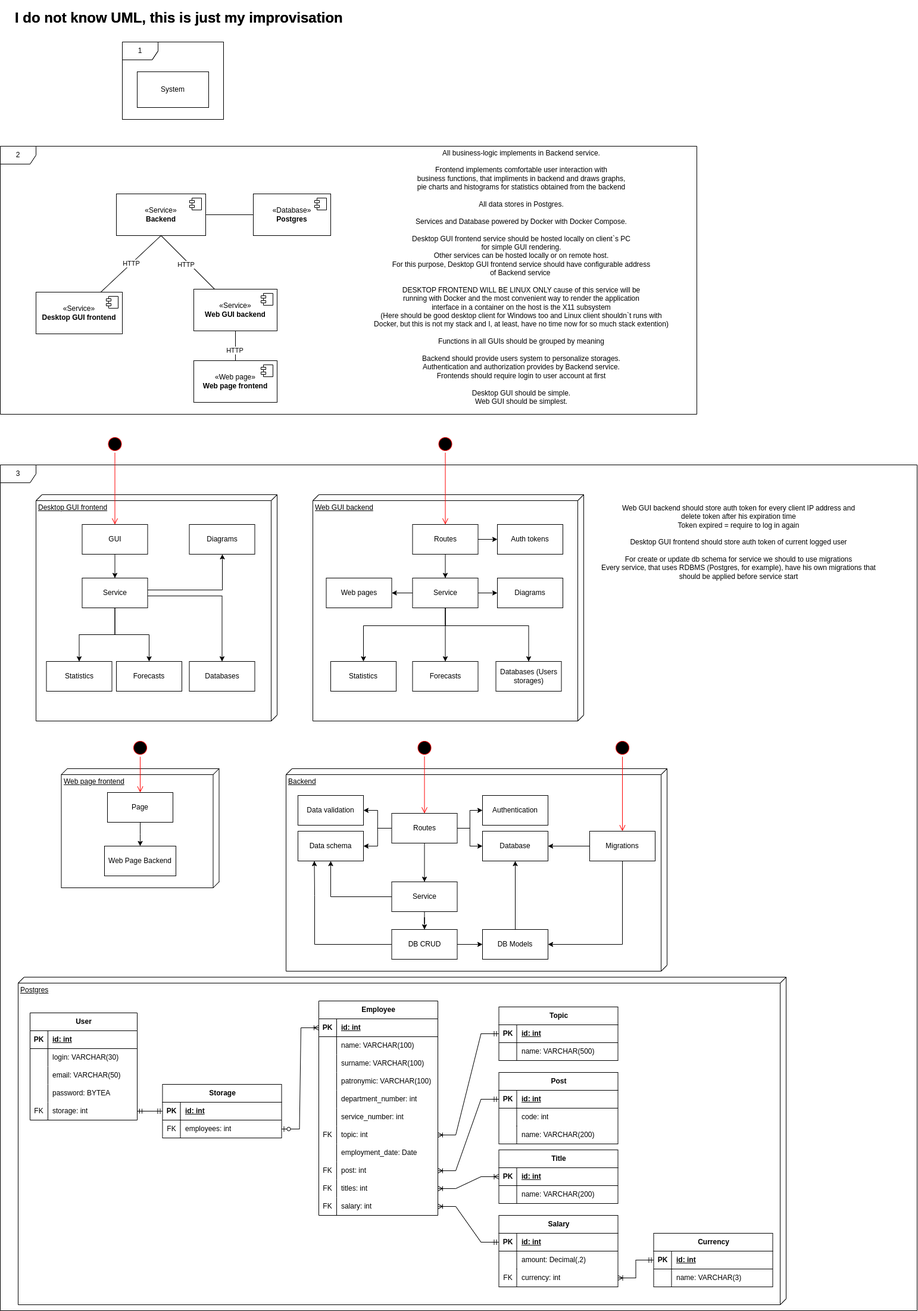
Above: docs/Project design.drawio.png in KrySeyt/Database (draw.io), before the change. Source tidied: cells renumbered, new cells last; positions are measured from the earlier drawing's top-left corner, leaving out a move shared by most shapes.
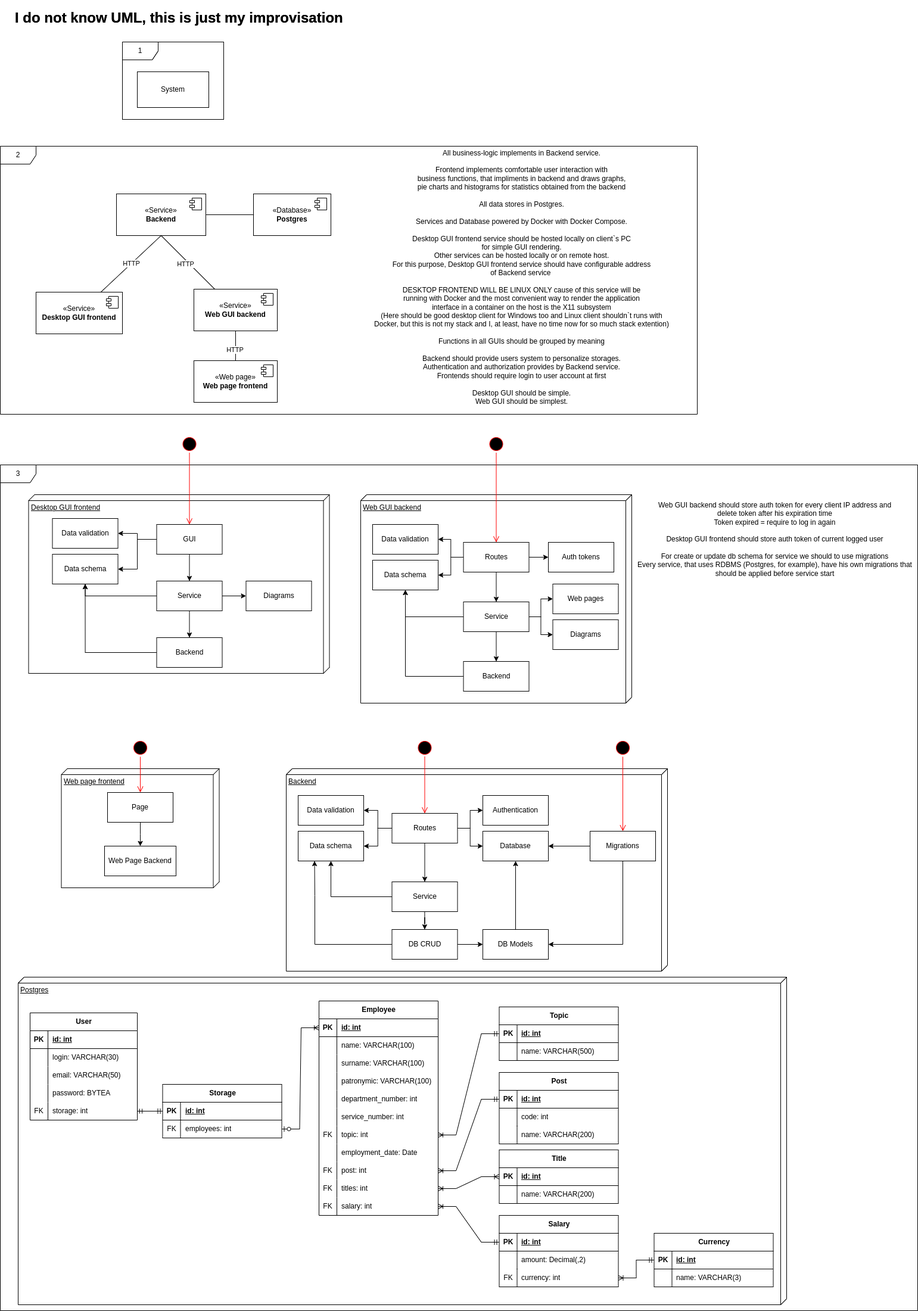
Later version of the same file.

Change to the diagram source:
```diff
@@ -84,86 +84,64 @@
       <mxGeometry y="770" width="1540" height="1420" as="geometry" />
     </mxCell>
     <mxCell id="25" value="Desktop GUI frontend" style="verticalAlign=top;align=left;spacingTop=8;spacingLeft=2;spacingRight=12;shape=cube;size=10;direction=south;fontStyle=4;html=1;whiteSpace=wrap;" parent="1" vertex="1">
-      <mxGeometry x="60" y="820" width="405" height="380" as="geometry" />
+      <mxGeometry x="47.5" y="820" width="505" height="300" as="geometry" />
     </mxCell>
-    <mxCell id="26" style="edgeStyle=orthogonalEdgeStyle;rounded=0;jettySize=auto;html=1;" parent="1" edge="1" source="30" target="33">
-      <mxGeometry relative="1" as="geometry" />
-    </mxCell>
     <mxCell id="27" style="edgeStyle=orthogonalEdgeStyle;rounded=0;jettySize=auto;html=1;entryX=0.5;entryY=0;entryDx=0;entryDy=0;" parent="1" edge="1" source="30" target="34">
       <mxGeometry relative="1" as="geometry" />
     </mxCell>
-    <mxCell id="28" style="edgeStyle=orthogonalEdgeStyle;rounded=0;jettySize=auto;html=1;entryX=0.5;entryY=0;entryDx=0;entryDy=0;" parent="1" edge="1" source="30" target="35">
-      <mxGeometry relative="1" as="geometry">
-        <Array as="points">
-          <mxPoint x="373" y="990" />
-        </Array>
-      </mxGeometry>
-    </mxCell>
+    <mxCell id="200" style="edgeStyle=orthogonalEdgeStyle;rounded=0;jettySize=auto;html=1;entryX=0.5;entryY=1;entryDx=0;entryDy=0;" parent="1" edge="1" source="30" target="209">
+      <mxGeometry relative="1" as="geometry" />
+    </mxCell>
-    <mxCell id="29" style="edgeStyle=orthogonalEdgeStyle;rounded=0;jettySize=auto;html=1;entryX=0.5;entryY=1;entryDx=0;entryDy=0;" parent="1" edge="1" source="30" target="38">
-      <mxGeometry relative="1" as="geometry">
-        <Array as="points">
-          <mxPoint x="373" y="980" />
-          <mxPoint x="373" y="920" />
-        </Array>
-      </mxGeometry>
+    <mxCell id="29" style="edgeStyle=orthogonalEdgeStyle;rounded=0;jettySize=auto;html=1;" parent="1" edge="1" source="30" target="38">
+      <mxGeometry relative="1" as="geometry" />
     </mxCell>
     <mxCell id="30" value="Service" style="html=1;whiteSpace=wrap;" parent="1" vertex="1">
-      <mxGeometry x="137.5" y="960" width="110" height="50" as="geometry" />
+      <mxGeometry x="262.5" y="965" width="110" height="50" as="geometry" />
     </mxCell>
     <mxCell id="31" style="edgeStyle=orthogonalEdgeStyle;rounded=0;jettySize=auto;html=1;" parent="1" edge="1" source="32" target="30">
       <mxGeometry relative="1" as="geometry" />
     </mxCell>
+    <mxCell id="201" style="edgeStyle=orthogonalEdgeStyle;rounded=0;jettySize=auto;html=1;" parent="1" edge="1" source="32" target="208">
+      <mxGeometry relative="1" as="geometry" />
+    </mxCell>
+    <mxCell id="202" style="edgeStyle=orthogonalEdgeStyle;rounded=0;jettySize=auto;html=1;entryX=1;entryY=0.5;entryDx=0;entryDy=0;" parent="1" edge="1" source="32" target="209">
+      <mxGeometry relative="1" as="geometry" />
+    </mxCell>
     <mxCell id="32" value="GUI" style="html=1;whiteSpace=wrap;" parent="1" vertex="1">
-      <mxGeometry x="137.5" y="870" width="110" height="50" as="geometry" />
+      <mxGeometry x="262.5" y="870" width="110" height="50" as="geometry" />
     </mxCell>
-    <mxCell id="33" value="Statistics" style="html=1;whiteSpace=wrap;" parent="1" vertex="1">
-      <mxGeometry x="77.5" y="1100" width="110" height="50" as="geometry" />
-    </mxCell>
+    <mxCell id="203" style="edgeStyle=orthogonalEdgeStyle;rounded=0;jettySize=auto;html=1;entryX=0.5;entryY=1;entryDx=0;entryDy=0;" parent="1" edge="1" source="34" target="209">
+      <mxGeometry relative="1" as="geometry" />
+    </mxCell>
-    <mxCell id="34" value="Forecasts" style="html=1;whiteSpace=wrap;" parent="1" vertex="1">
-      <mxGeometry x="195" y="1100" width="110" height="50" as="geometry" />
+    <mxCell id="34" value="Backend" style="html=1;whiteSpace=wrap;" parent="1" vertex="1">
+      <mxGeometry x="262.5" y="1060" width="110" height="50" as="geometry" />
     </mxCell>
-    <mxCell id="35" value="Databases" style="html=1;whiteSpace=wrap;" parent="1" vertex="1">
-      <mxGeometry x="317.5" y="1100" width="110" height="50" as="geometry" />
-    </mxCell>
     <mxCell id="36" style="ellipse;html=1;shape=startState;fillColor=#000000;strokeColor=#ff0000;" parent="1" vertex="1">
-      <mxGeometry x="177.5" y="720" width="30" height="30" as="geometry" />
+      <mxGeometry x="302.5" y="720" width="30" height="30" as="geometry" />
     </mxCell>
     <mxCell id="37" style="edgeStyle=orthogonalEdgeStyle;html=1;verticalAlign=bottom;endArrow=open;endSize=8;strokeColor=#ff0000;rounded=0;entryX=0.5;entryY=0;entryDx=0;entryDy=0;" parent="1" edge="1" source="36" target="32">
       <mxGeometry relative="1" as="geometry" />
     </mxCell>
     <mxCell id="38" value="Diagrams" style="html=1;whiteSpace=wrap;" parent="1" vertex="1">
-      <mxGeometry x="317.5" y="870" width="110" height="50" as="geometry" />
+      <mxGeometry x="412.5" y="965" width="110" height="50" as="geometry" />
     </mxCell>
     <mxCell id="39" value="Web GUI backend" style="verticalAlign=top;align=left;spacingTop=8;spacingLeft=2;spacingRight=12;shape=cube;size=10;direction=south;fontStyle=4;html=1;whiteSpace=wrap;" parent="1" vertex="1">
-      <mxGeometry x="525" y="820" width="455" height="380" as="geometry" />
+      <mxGeometry x="605" y="820" width="455" height="350" as="geometry" />
     </mxCell>
+    <mxCell id="41" style="edgeStyle=orthogonalEdgeStyle;rounded=0;jettySize=auto;html=1;" parent="1" edge="1" source="45" target="50">
+      <mxGeometry relative="1" as="geometry" />
+    </mxCell>
-    <mxCell id="40" style="edgeStyle=orthogonalEdgeStyle;rounded=0;jettySize=auto;html=1;" parent="1" edge="1" source="45" target="55">
+    <mxCell id="40" style="edgeStyle=orthogonalEdgeStyle;rounded=0;jettySize=auto;html=1;entryX=0;entryY=0.5;entryDx=0;entryDy=0;" parent="1" edge="1" source="45" target="55">
       <mxGeometry relative="1" as="geometry" />
     </mxCell>
-    <mxCell id="41" style="edgeStyle=orthogonalEdgeStyle;rounded=0;jettySize=auto;html=1;" parent="1" edge="1" source="45" target="50">
-      <mxGeometry relative="1" as="geometry" />
-    </mxCell>
-    <mxCell id="42" style="edgeStyle=orthogonalEdgeStyle;rounded=0;jettySize=auto;html=1;entryX=0.5;entryY=0;entryDx=0;entryDy=0;" parent="1" edge="1" source="45" target="49">
-      <mxGeometry relative="1" as="geometry">
-        <Array as="points">
-          <mxPoint x="748" y="1040" />
-          <mxPoint x="610" y="1040" />
-        </Array>
-      </mxGeometry>
-    </mxCell>
-    <mxCell id="43" style="edgeStyle=orthogonalEdgeStyle;rounded=0;jettySize=auto;html=1;entryX=0.5;entryY=0;entryDx=0;entryDy=0;" parent="1" edge="1" source="45" target="51">
-      <mxGeometry relative="1" as="geometry">
-        <Array as="points">
-          <mxPoint x="748" y="1040" />
-          <mxPoint x="888" y="1040" />
-        </Array>
-      </mxGeometry>
-    </mxCell>
-    <mxCell id="44" style="edgeStyle=orthogonalEdgeStyle;rounded=0;jettySize=auto;html=1;" parent="1" edge="1" source="45" target="52">
+    <mxCell id="44" style="edgeStyle=orthogonalEdgeStyle;rounded=0;jettySize=auto;html=1;entryX=0;entryY=0.5;entryDx=0;entryDy=0;" parent="1" edge="1" source="45" target="52">
       <mxGeometry relative="1" as="geometry" />
     </mxCell>
+    <mxCell id="204" style="edgeStyle=orthogonalEdgeStyle;rounded=0;jettySize=auto;html=1;entryX=0.5;entryY=1;entryDx=0;entryDy=0;" parent="1" edge="1" source="45" target="211">
+      <mxGeometry relative="1" as="geometry" />
+    </mxCell>
     <mxCell id="45" value="Service" style="html=1;whiteSpace=wrap;" parent="1" vertex="1">
-      <mxGeometry x="692.5" y="960" width="110" height="50" as="geometry" />
+      <mxGeometry x="777.5" y="1000" width="110" height="50" as="geometry" />
     </mxCell>
     <mxCell id="46" style="edgeStyle=orthogonalEdgeStyle;rounded=0;jettySize=auto;html=1;" parent="1" edge="1" source="48" target="45">
       <mxGeometry relative="1" as="geometry" />
@@ -171,29 +149,32 @@
     <mxCell id="47" style="edgeStyle=orthogonalEdgeStyle;rounded=0;jettySize=auto;html=1;" parent="1" edge="1" source="48" target="88">
       <mxGeometry relative="1" as="geometry" />
     </mxCell>
+    <mxCell id="205" style="edgeStyle=orthogonalEdgeStyle;rounded=0;jettySize=auto;html=1;" parent="1" edge="1" source="48" target="210">
+      <mxGeometry relative="1" as="geometry" />
+    </mxCell>
+    <mxCell id="206" style="edgeStyle=orthogonalEdgeStyle;rounded=0;jettySize=auto;html=1;entryX=1;entryY=0.5;entryDx=0;entryDy=0;" parent="1" edge="1" source="48" target="211">
+      <mxGeometry relative="1" as="geometry" />
+    </mxCell>
     <mxCell id="48" value="Routes" style="html=1;whiteSpace=wrap;" parent="1" vertex="1">
-      <mxGeometry x="692.5" y="870" width="110" height="50" as="geometry" />
+      <mxGeometry x="777.5" y="900" width="110" height="50" as="geometry" />
     </mxCell>
-    <mxCell id="49" value="Statistics" style="html=1;whiteSpace=wrap;" parent="1" vertex="1">
-      <mxGeometry x="555" y="1100" width="110" height="50" as="geometry" />
-    </mxCell>
+    <mxCell id="207" style="edgeStyle=orthogonalEdgeStyle;rounded=0;jettySize=auto;html=1;entryX=0.5;entryY=1;entryDx=0;entryDy=0;" parent="1" edge="1" source="50" target="211">
+      <mxGeometry relative="1" as="geometry" />
+    </mxCell>
-    <mxCell id="50" value="Forecasts" style="html=1;whiteSpace=wrap;" parent="1" vertex="1">
-      <mxGeometry x="692.5" y="1100" width="110" height="50" as="geometry" />
+    <mxCell id="50" value="Backend" style="html=1;whiteSpace=wrap;" parent="1" vertex="1">
+      <mxGeometry x="777.5" y="1100" width="110" height="50" as="geometry" />
     </mxCell>
-    <mxCell id="51" value="Databases (Users storages)" style="html=1;whiteSpace=wrap;" parent="1" vertex="1">
-      <mxGeometry x="832.5" y="1100" width="110" height="50" as="geometry" />
-    </mxCell>
     <mxCell id="52" value="Diagrams" style="html=1;whiteSpace=wrap;" parent="1" vertex="1">
-      <mxGeometry x="835" y="960" width="110" height="50" as="geometry" />
+      <mxGeometry x="927.5" y="1030" width="110" height="50" as="geometry" />
     </mxCell>
     <mxCell id="53" style="ellipse;html=1;shape=startState;fillColor=#000000;strokeColor=#ff0000;" parent="1" vertex="1">
-      <mxGeometry x="732.5" y="720" width="30" height="30" as="geometry" />
+      <mxGeometry x="817.5" y="720" width="30" height="30" as="geometry" />
     </mxCell>
     <mxCell id="54" style="edgeStyle=orthogonalEdgeStyle;html=1;verticalAlign=bottom;endArrow=open;endSize=8;strokeColor=#ff0000;rounded=0;entryX=0.5;entryY=0;entryDx=0;entryDy=0;" parent="1" edge="1" source="53" target="48">
       <mxGeometry relative="1" as="geometry" />
     </mxCell>
     <mxCell id="55" value="Web pages" style="html=1;whiteSpace=wrap;" parent="1" vertex="1">
-      <mxGeometry x="547.5" y="960" width="110" height="50" as="geometry" />
+      <mxGeometry x="927.5" y="970" width="110" height="50" as="geometry" />
     </mxCell>
     <mxCell id="56" value="«Web page»&lt;br&gt;&lt;b&gt;Web page frontend&lt;/b&gt;" style="html=1;whiteSpace=wrap;" parent="1" vertex="1">
       <mxGeometry x="325" y="595" width="140" height="70" as="geometry" />
@@ -301,10 +282,10 @@
       <mxGeometry x="810" y="1385" width="110" height="50" as="geometry" />
     </mxCell>
     <mxCell id="87" value="Web GUI backend should store auth token for every client IP address and &lt;br&gt;delete token after his expiration time&lt;br&gt;Token expired = require to log in again&lt;br&gt;&lt;br&gt;Desktop GUI frontend should store auth token of current logged user&lt;br&gt;&lt;br&gt;For create or update db schema for service we should to use migrations&lt;br&gt;Every service, that uses RDBMS (Postgres, for example), have his own migrations that &lt;br&gt;should be applied before service start" style="text;html=1;align=center;verticalAlign=middle;strokeColor=none;fillColor=none;" parent="1" vertex="1">
-      <mxGeometry x="1000" y="830" width="480" height="140" as="geometry" />
+      <mxGeometry x="1060" y="825" width="480" height="140" as="geometry" />
     </mxCell>
     <mxCell id="88" value="Auth tokens" style="html=1;whiteSpace=wrap;" parent="1" vertex="1">
-      <mxGeometry x="835" y="870" width="110" height="50" as="geometry" />
+      <mxGeometry x="920" y="900" width="110" height="50" as="geometry" />
     </mxCell>
     <mxCell id="89" style="edgeStyle=orthogonalEdgeStyle;rounded=0;jettySize=auto;html=1;entryX=1;entryY=0.5;entryDx=0;entryDy=0;exitX=0.5;exitY=1;exitDx=0;exitDy=0;" parent="1" edge="1" source="91" target="85">
       <mxGeometry relative="1" as="geometry" />
@@ -646,5 +627,17 @@
         </Array>
       </mxGeometry>
     </mxCell>
+    <mxCell id="208" value="Data validation" style="html=1;whiteSpace=wrap;" parent="1" vertex="1">
+      <mxGeometry x="87.5" y="860" width="110" height="50" as="geometry" />
+    </mxCell>
+    <mxCell id="209" value="Data schema" style="html=1;whiteSpace=wrap;" parent="1" vertex="1">
+      <mxGeometry x="87.5" y="920" width="110" height="50" as="geometry" />
+    </mxCell>
+    <mxCell id="210" value="Data validation" style="html=1;whiteSpace=wrap;" parent="1" vertex="1">
+      <mxGeometry x="625" y="870" width="110" height="50" as="geometry" />
+    </mxCell>
+    <mxCell id="211" value="Data schema" style="html=1;whiteSpace=wrap;" parent="1" vertex="1">
+      <mxGeometry x="625" y="930" width="110" height="50" as="geometry" />
+    </mxCell>
   </root>
 </mxGraphModel>
```
